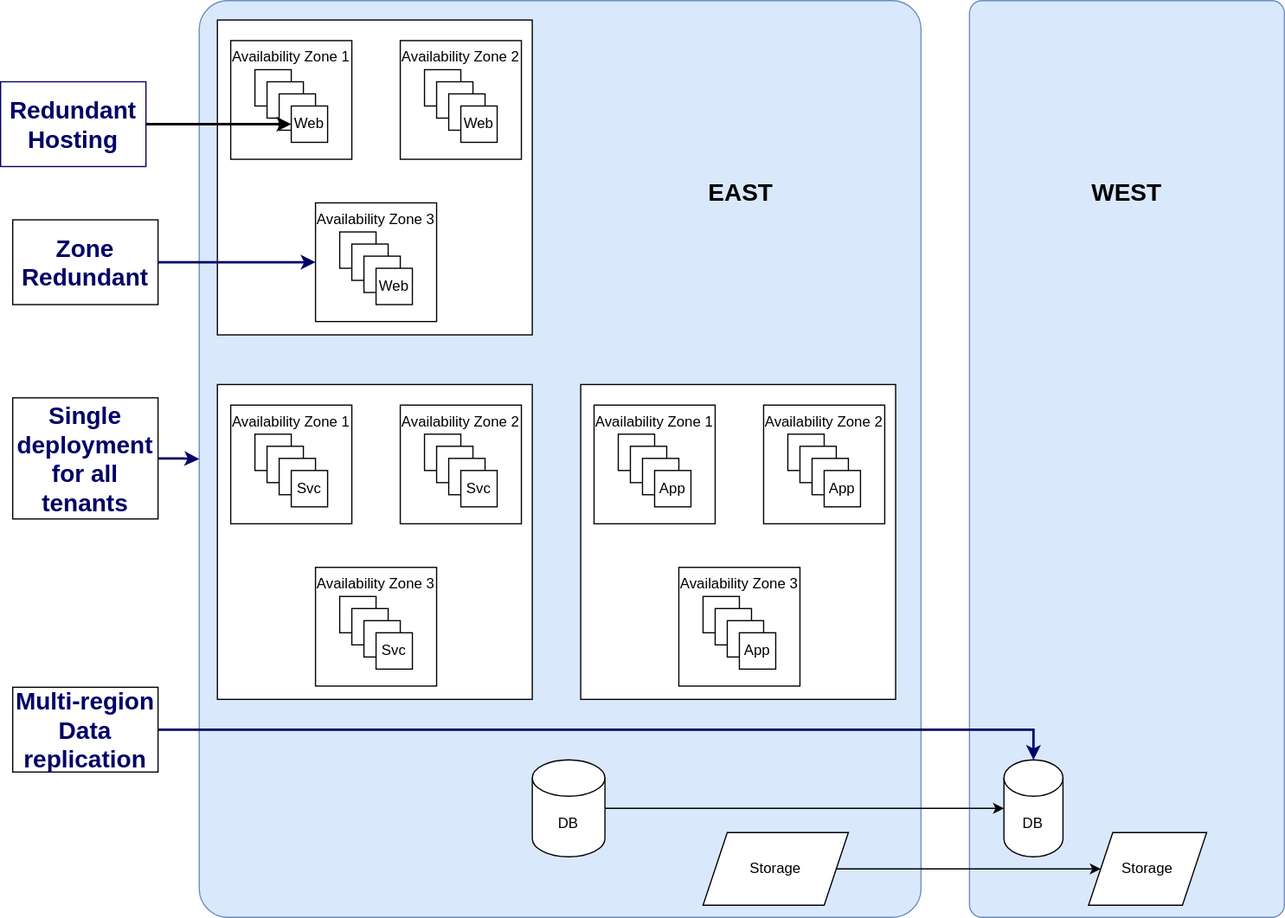
The draw.io diagram dr/DRBCP.svg in vjavle/invoicecloud, before a commit. Source tidied: cells renumbered, new cells last; positions are measured from the earlier drawing's top-left corner, leaving out a move shared by most shapes.
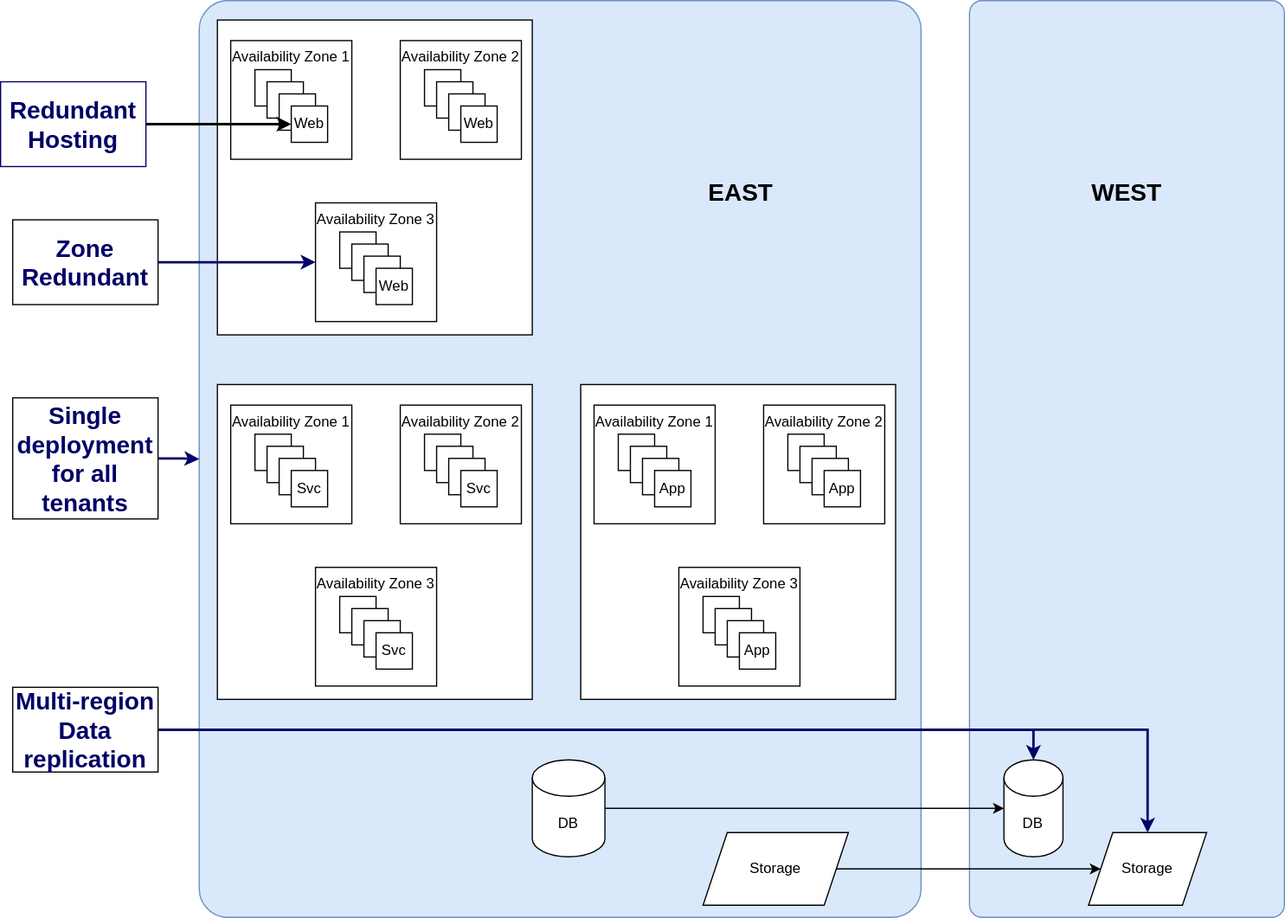
After the commit.

Change to the diagram source:
```diff
@@ -218,6 +218,9 @@
     <mxCell id="73" style="edgeStyle=orthogonalEdgeStyle;rounded=0;jettySize=auto;html=1;entryX=0.5;entryY=0;entryDx=0;entryDy=0;entryPerimeter=0;fontSize=20;fontColor=#000066;strokeColor=#000066;strokeWidth=2;" parent="1" edge="1" source="74" target="7">
       <mxGeometry relative="1" as="geometry" />
     </mxCell>
+    <mxCell id="78" style="edgeStyle=orthogonalEdgeStyle;rounded=0;jettySize=auto;html=1;fontSize=20;fontColor=#000066;strokeColor=#000066;strokeWidth=2;" parent="1" edge="1" source="74" target="8">
+      <mxGeometry relative="1" as="geometry" />
+    </mxCell>
     <mxCell id="74" value="Multi-region Data replication" style="rounded=0;whiteSpace=wrap;html=1;fontSize=20;fontColor=#000066;strokeWidth=0;fontStyle=1;" parent="1" vertex="1">
       <mxGeometry x="10" y="567" width="120" height="70" as="geometry" />
     </mxCell>
```
